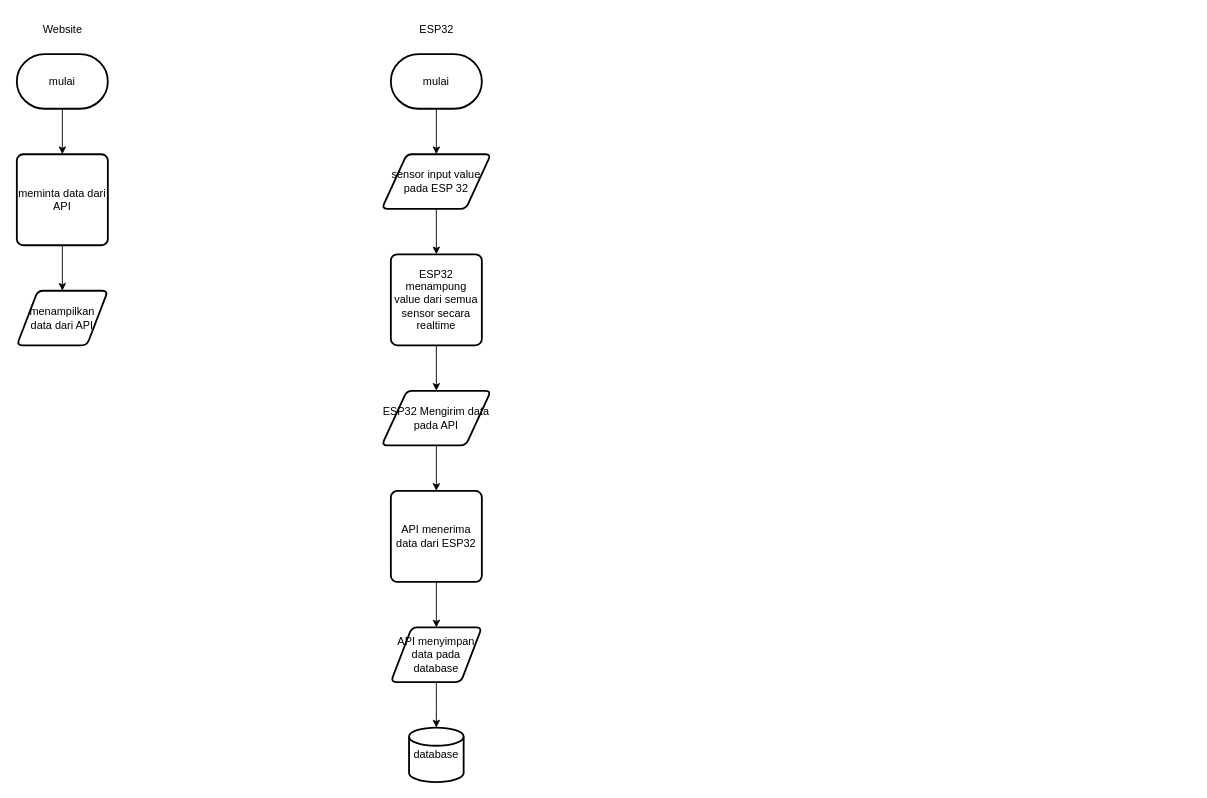
Before: Untitled Diagram.drawio in flipSOsigma/agriculture-iot, a draw.io diagram. Source tidied: cells renumbered, new cells numbered last; positions are measured from the earlier drawing's top-left corner, leaving out a move shared by most shapes. Both pictures are drawn from the tidied source at 91%, with x=0, y=0 at pixel (16, 15).
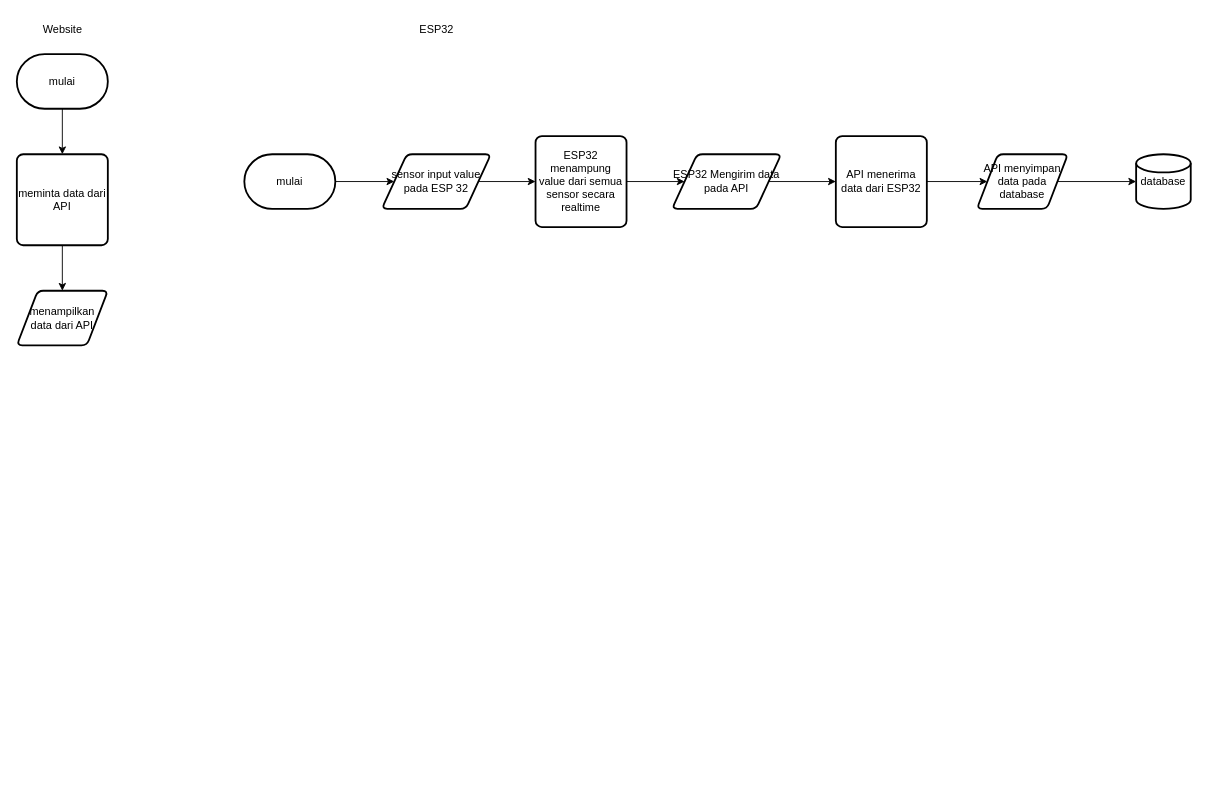
Above is the later version.

Unchanged cells that the change refers to:
```xml
<mxCell id="9" value="sensor input value pada ESP 32" style="shape=parallelogram;html=1;strokeWidth=2;perimeter=parallelogramPerimeter;whiteSpace=wrap;rounded=1;arcSize=12;size=0.23;" parent="1" vertex="1">
  <mxGeometry x="401" y="152" width="120" height="60" as="geometry" />
</mxCell>
```

What changed in the source:
```diff
@@
-    <mxCell id="2" style="edgeStyle=orthogonalEdgeStyle;rounded=0;jettySize=auto;html=1;entryX=0.5;entryY=0;entryDx=0;entryDy=0;" parent="1" edge="1" source="3" target="9">
+    <mxCell id="2" style="edgeStyle=orthogonalEdgeStyle;rounded=0;jettySize=auto;html=1;" parent="1" edge="1" source="3" target="9">
       <mxGeometry relative="1" as="geometry" />
     </mxCell>
     <mxCell id="3" value="mulai" style="strokeWidth=2;html=1;shape=mxgraph.flowchart.terminator;whiteSpace=wrap;" parent="1" vertex="1">
-      <mxGeometry x="411" y="42" width="100" height="60" as="geometry" />
+      <mxGeometry x="250" y="152" width="100" height="60" as="geometry" />
     </mxCell>
@@
     <mxCell id="5" value="ESP32 menampung value dari semua sensor secara realtime" style="rounded=1;whiteSpace=wrap;html=1;absoluteArcSize=1;arcSize=14;strokeWidth=2;" parent="1" vertex="1">
-      <mxGeometry x="411" y="262" width="100" height="100" as="geometry" />
+      <mxGeometry x="570" y="132" width="100" height="100" as="geometry" />
     </mxCell>
-    <mxCell id="6" style="edgeStyle=orthogonalEdgeStyle;rounded=0;jettySize=auto;html=1;entryX=0.5;entryY=0;entryDx=0;entryDy=0;" parent="1" edge="1" source="7" target="11">
+    <mxCell id="6" style="edgeStyle=orthogonalEdgeStyle;rounded=0;jettySize=auto;html=1;entryX=0;entryY=0.5;entryDx=0;entryDy=0;" parent="1" edge="1" source="7" target="11">
       <mxGeometry relative="1" as="geometry" />
     </mxCell>
     <mxCell id="7" value="ESP32 Mengirim data pada API" style="shape=parallelogram;html=1;strokeWidth=2;perimeter=parallelogramPerimeter;whiteSpace=wrap;rounded=1;arcSize=12;size=0.23;" parent="1" vertex="1">
-      <mxGeometry x="401" y="412" width="120" height="60" as="geometry" />
+      <mxGeometry x="720" y="152" width="120" height="60" as="geometry" />
     </mxCell>
@@
     <mxCell id="11" value="API menerima data dari ESP32" style="rounded=1;whiteSpace=wrap;html=1;absoluteArcSize=1;arcSize=14;strokeWidth=2;" parent="1" vertex="1">
-      <mxGeometry x="411" y="522" width="100" height="100" as="geometry" />
+      <mxGeometry x="900" y="132" width="100" height="100" as="geometry" />
     </mxCell>
-    <mxCell id="12" style="edgeStyle=orthogonalEdgeStyle;rounded=0;jettySize=auto;html=1;entryX=0.5;entryY=0;entryDx=0;entryDy=0;" parent="1" edge="1" source="13">
-      <mxGeometry relative="1" as="geometry">
-        <mxPoint x="461" y="782" as="targetPoint" />
-      </mxGeometry>
-    </mxCell>
     <mxCell id="13" value="API menyimpan data pada database" style="shape=parallelogram;html=1;strokeWidth=2;perimeter=parallelogramPerimeter;whiteSpace=wrap;rounded=1;arcSize=12;size=0.23;" parent="1" vertex="1">
-      <mxGeometry x="411" y="672" width="100" height="60" as="geometry" />
+      <mxGeometry x="1055" y="152" width="100" height="60" as="geometry" />
     </mxCell>
     <mxCell id="14" value="database" style="strokeWidth=2;html=1;shape=mxgraph.flowchart.database;whiteSpace=wrap;" parent="1" vertex="1">
-      <mxGeometry x="431" y="782" width="60" height="60" as="geometry" />
+      <mxGeometry x="1230" y="152" width="60" height="60" as="geometry" />
     </mxCell>
@@
+    <mxCell id="22" style="edgeStyle=orthogonalEdgeStyle;rounded=0;jettySize=auto;html=1;exitX=1;exitY=0.5;exitDx=0;exitDy=0;entryX=0;entryY=0.5;entryDx=0;entryDy=0;entryPerimeter=0;" parent="1" edge="1" source="13" target="14">
+      <mxGeometry relative="1" as="geometry" />
+    </mxCell>
```
